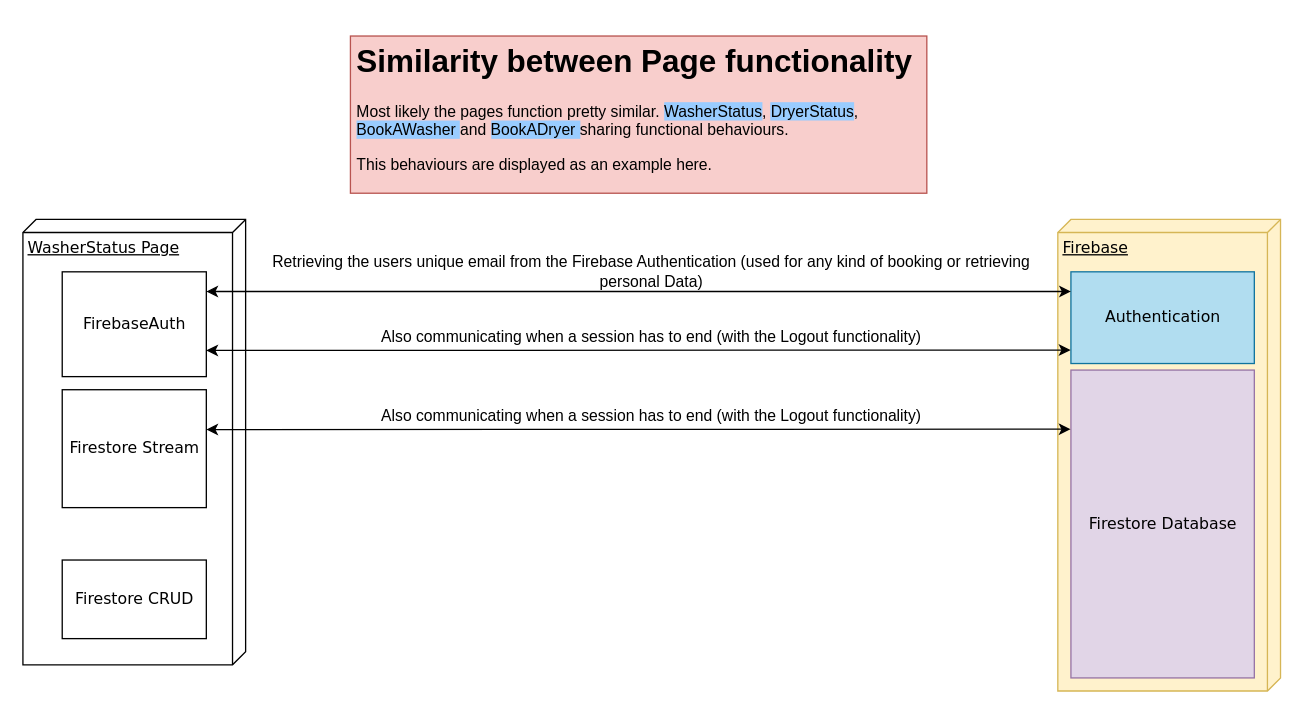
Above: UML Diagramme/FlutterFunctionComponent.drawio in PriXss/UMLDiagramme (draw.io), before the change. Source tidied: cells renumbered, new cells numbered last; positions are measured from the earlier drawing's top-left corner, leaving out a move shared by most shapes. Both pictures are drawn from the tidied source at 131%, with x=0, y=0 at pixel (22, 35).
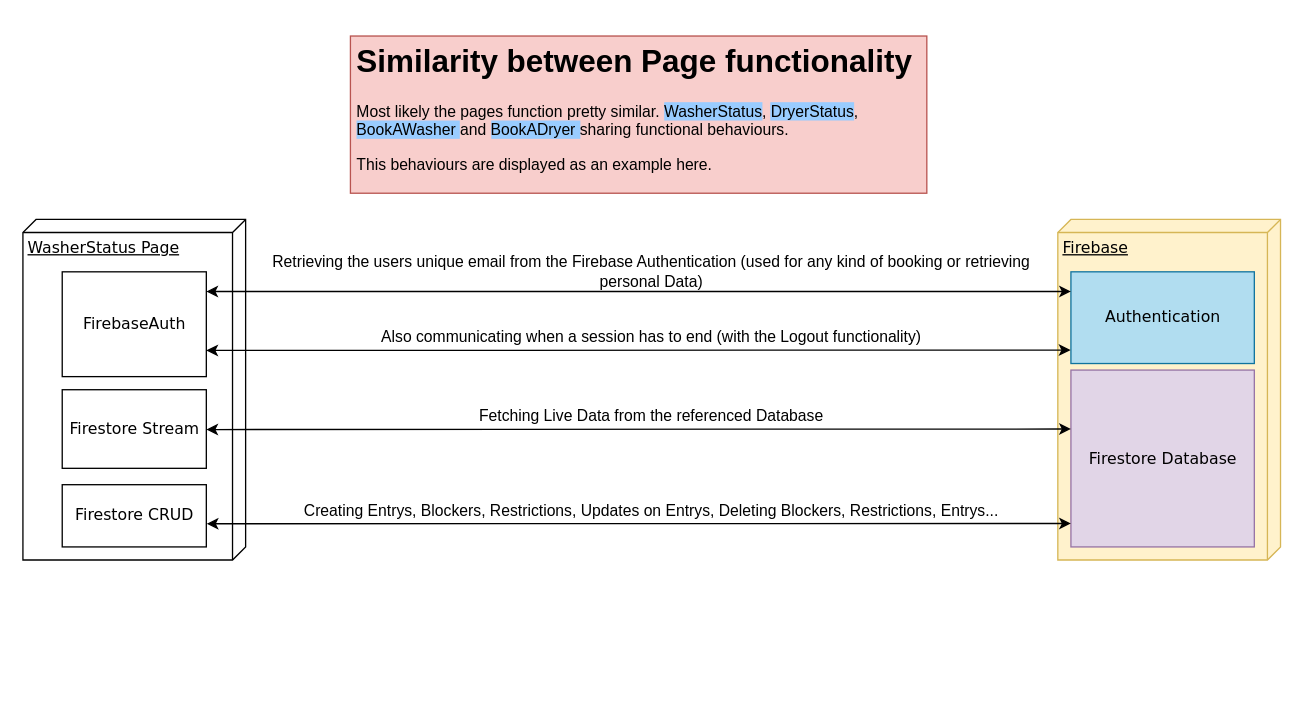
After the change.

What changed in the source:
```diff
@@
     <mxCell id="2" value="WasherStatus Page" style="verticalAlign=top;align=left;spacingTop=8;spacingLeft=2;spacingRight=12;shape=cube;size=10;direction=south;fontStyle=4;html=1;rounded=0;shadow=0;comic=0;labelBackgroundColor=none;strokeWidth=1;fontFamily=Verdana;fontSize=12;" parent="1" vertex="1">
-      <mxGeometry y="140" width="170" height="340" as="geometry" />
+      <mxGeometry y="140" width="170" height="260" as="geometry" />
     </mxCell>
@@
     <mxCell id="4" value="Firestore Stream&lt;br&gt;" style="html=1;rounded=0;shadow=0;comic=0;labelBackgroundColor=none;strokeWidth=1;fontFamily=Verdana;fontSize=12;align=center;" parent="1" vertex="1">
-      <mxGeometry x="30" y="270" width="110" height="90" as="geometry" />
+      <mxGeometry x="30" y="270" width="110" height="60" as="geometry" />
     </mxCell>
     <mxCell id="5" value="Firestore CRUD" style="html=1;rounded=0;shadow=0;comic=0;labelBackgroundColor=none;strokeWidth=1;fontFamily=Verdana;fontSize=12;align=center;" parent="1" vertex="1">
-      <mxGeometry x="30" y="400" width="110" height="60" as="geometry" />
+      <mxGeometry x="30" y="342.5" width="110" height="47.5" as="geometry" />
     </mxCell>
     <mxCell id="6" value="Firebase" style="verticalAlign=top;align=left;spacingTop=8;spacingLeft=2;spacingRight=12;shape=cube;size=10;direction=south;fontStyle=4;html=1;rounded=0;shadow=0;comic=0;labelBackgroundColor=none;strokeWidth=1;fontFamily=Verdana;fontSize=12;fillColor=#fff2cc;strokeColor=#d6b656;" parent="1" vertex="1">
-      <mxGeometry x="790" y="140" width="170" height="360" as="geometry" />
+      <mxGeometry x="790" y="140" width="170" height="260" as="geometry" />
     </mxCell>
@@
     <mxCell id="9" value="Firestore Database" style="html=1;rounded=0;shadow=0;comic=0;labelBackgroundColor=none;strokeWidth=1;fontFamily=Verdana;fontSize=12;align=center;fillColor=#e1d5e7;strokeColor=#9673a6;" parent="1" vertex="1">
-      <mxGeometry x="800" y="255" width="140" height="235" as="geometry" />
+      <mxGeometry x="800" y="255" width="140" height="135" as="geometry" />
     </mxCell>
@@
-    <mxCell id="14" style="endArrow=classic;startArrow=classic;html=1;rounded=0;entryX=-0.002;entryY=0.192;entryDx=0;entryDy=0;exitX=1;exitY=0;exitDx=0;exitDy=0;entryPerimeter=0;" parent="1" edge="1" target="9">
+    <mxCell id="14" style="endArrow=classic;startArrow=classic;html=1;rounded=0;exitX=1;exitY=0;exitDx=0;exitDy=0;" parent="1" edge="1">
       <mxGeometry relative="1" as="geometry">
         <mxPoint x="140" y="300.4" as="sourcePoint" />
+        <mxPoint x="800" y="300" as="targetPoint" />
+        <Array as="points">
+          <mxPoint x="800" y="300" />
+        </Array>
       </mxGeometry>
     </mxCell>
-    <mxCell id="15" value="&lt;span style=&quot;&quot;&gt;Also communicating when a session has to end (with the Logout functionality)&lt;/span&gt;" style="text;html=1;strokeColor=none;fillColor=none;align=center;verticalAlign=middle;whiteSpace=wrap;rounded=0;labelBackgroundColor=none;" parent="1" vertex="1">
+    <mxCell id="15" value="&lt;span style=&quot;&quot;&gt;Fetching Live Data from the referenced Database&lt;/span&gt;" style="text;html=1;strokeColor=none;fillColor=none;align=center;verticalAlign=middle;whiteSpace=wrap;rounded=0;labelBackgroundColor=none;" parent="1" vertex="1">
       <mxGeometry x="170" y="270" width="620" height="40" as="geometry" />
     </mxCell>
+    <mxCell id="16" value="&lt;span style=&quot;&quot;&gt;Creating Entrys, Blockers, Restrictions, Updates on Entrys, Deleting Blockers, Restrictions, Entrys...&lt;/span&gt;" style="text;html=1;strokeColor=none;fillColor=none;align=center;verticalAlign=middle;whiteSpace=wrap;rounded=0;labelBackgroundColor=none;" parent="1" vertex="1">
+      <mxGeometry x="170" y="342.5" width="620" height="40" as="geometry" />
+    </mxCell>
+    <mxCell id="17" style="endArrow=classic;startArrow=classic;html=1;rounded=0;entryX=-0.002;entryY=0.192;entryDx=0;entryDy=0;exitX=1;exitY=0;exitDx=0;exitDy=0;entryPerimeter=0;" parent="1" edge="1">
+      <mxGeometry relative="1" as="geometry">
+        <mxPoint x="140.3" y="372.3" as="sourcePoint" />
+        <mxPoint x="800" y="372.1" as="targetPoint" />
+      </mxGeometry>
+    </mxCell>
```
